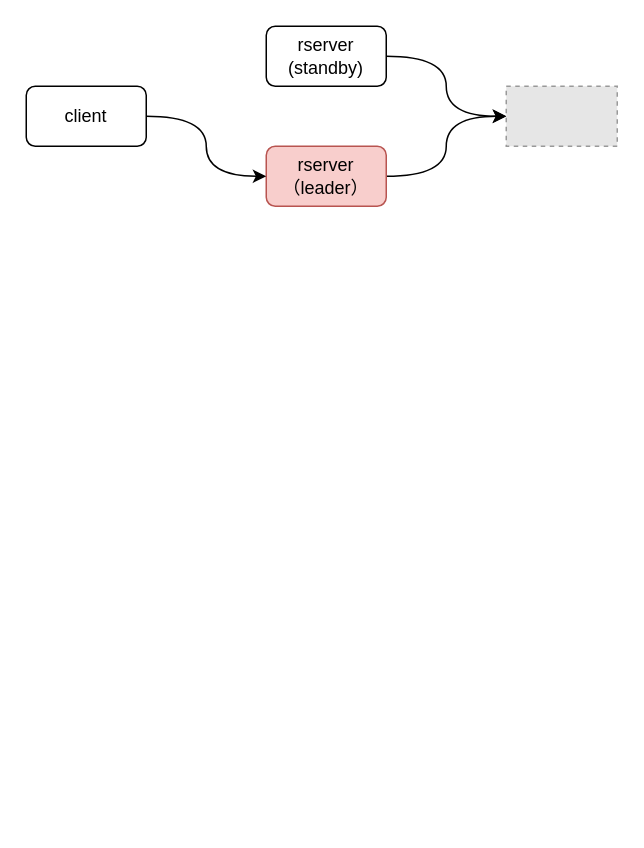
EarthWind/deeparch keeps this draw.io diagram as page "rserver" (2 of 4) of mind/bstore.drawio. Above is the earlier version. Source tidied: cells renumbered, new cells numbered last; positions are measured from the earlier drawing's top-left corner, leaving out a move shared by most shapes. Both pictures are drawn from the tidied source at 150%, with x=0, y=0 at pixel (26, 26). Pictures stored in the file or linked from it are replaced by grey dashed boxes.
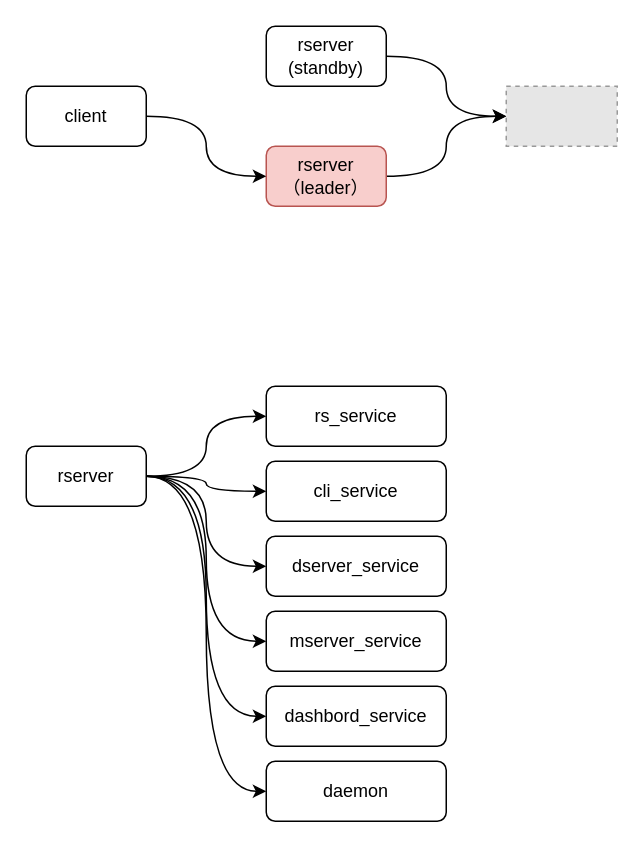
The same page after the edit.

What changed in the source:
```diff
@@
+    <mxCell id="9" style="edgeStyle=orthogonalEdgeStyle;curved=1;rounded=0;jettySize=auto;html=1;entryX=0;entryY=0.5;entryDx=0;entryDy=0;" parent="1" edge="1" source="15" target="16">
+      <mxGeometry relative="1" as="geometry" />
+    </mxCell>
+    <mxCell id="10" style="edgeStyle=orthogonalEdgeStyle;curved=1;rounded=0;jettySize=auto;html=1;entryX=0;entryY=0.5;entryDx=0;entryDy=0;" parent="1" edge="1" source="15" target="17">
+      <mxGeometry relative="1" as="geometry" />
+    </mxCell>
+    <mxCell id="11" style="edgeStyle=orthogonalEdgeStyle;curved=1;rounded=0;jettySize=auto;html=1;entryX=0;entryY=0.5;entryDx=0;entryDy=0;" parent="1" edge="1" source="15" target="18">
+      <mxGeometry relative="1" as="geometry" />
+    </mxCell>
+    <mxCell id="12" style="edgeStyle=orthogonalEdgeStyle;curved=1;rounded=0;jettySize=auto;html=1;entryX=0;entryY=0.5;entryDx=0;entryDy=0;" parent="1" edge="1" source="15" target="19">
+      <mxGeometry relative="1" as="geometry" />
+    </mxCell>
+    <mxCell id="13" style="edgeStyle=orthogonalEdgeStyle;curved=1;rounded=0;jettySize=auto;html=1;entryX=0;entryY=0.5;entryDx=0;entryDy=0;" parent="1" edge="1" source="15" target="20">
+      <mxGeometry relative="1" as="geometry" />
+    </mxCell>
+    <mxCell id="14" style="edgeStyle=orthogonalEdgeStyle;curved=1;rounded=0;jettySize=auto;html=1;entryX=0;entryY=0.5;entryDx=0;entryDy=0;" parent="1" edge="1" source="15" target="21">
+      <mxGeometry relative="1" as="geometry" />
+    </mxCell>
+    <mxCell id="15" value="rserver" style="rounded=1;whiteSpace=wrap;html=1;" parent="1" vertex="1">
+      <mxGeometry y="280" width="80" height="40" as="geometry" />
+    </mxCell>
+    <mxCell id="16" value="rs_service" style="rounded=1;whiteSpace=wrap;html=1;" parent="1" vertex="1">
+      <mxGeometry x="160" y="240" width="120" height="40" as="geometry" />
+    </mxCell>
+    <mxCell id="17" value="cli_service" style="rounded=1;whiteSpace=wrap;html=1;" parent="1" vertex="1">
+      <mxGeometry x="160" y="290" width="120" height="40" as="geometry" />
+    </mxCell>
+    <mxCell id="18" value="dserver_service" style="rounded=1;whiteSpace=wrap;html=1;" parent="1" vertex="1">
+      <mxGeometry x="160" y="340" width="120" height="40" as="geometry" />
+    </mxCell>
+    <mxCell id="19" value="mserver_service" style="rounded=1;whiteSpace=wrap;html=1;" parent="1" vertex="1">
+      <mxGeometry x="160" y="390" width="120" height="40" as="geometry" />
+    </mxCell>
+    <mxCell id="20" value="dashbord_service" style="rounded=1;whiteSpace=wrap;html=1;" parent="1" vertex="1">
+      <mxGeometry x="160" y="440" width="120" height="40" as="geometry" />
+    </mxCell>
+    <mxCell id="21" value="daemon" style="rounded=1;whiteSpace=wrap;html=1;" parent="1" vertex="1">
+      <mxGeometry x="160" y="490" width="120" height="40" as="geometry" />
+    </mxCell>
```
